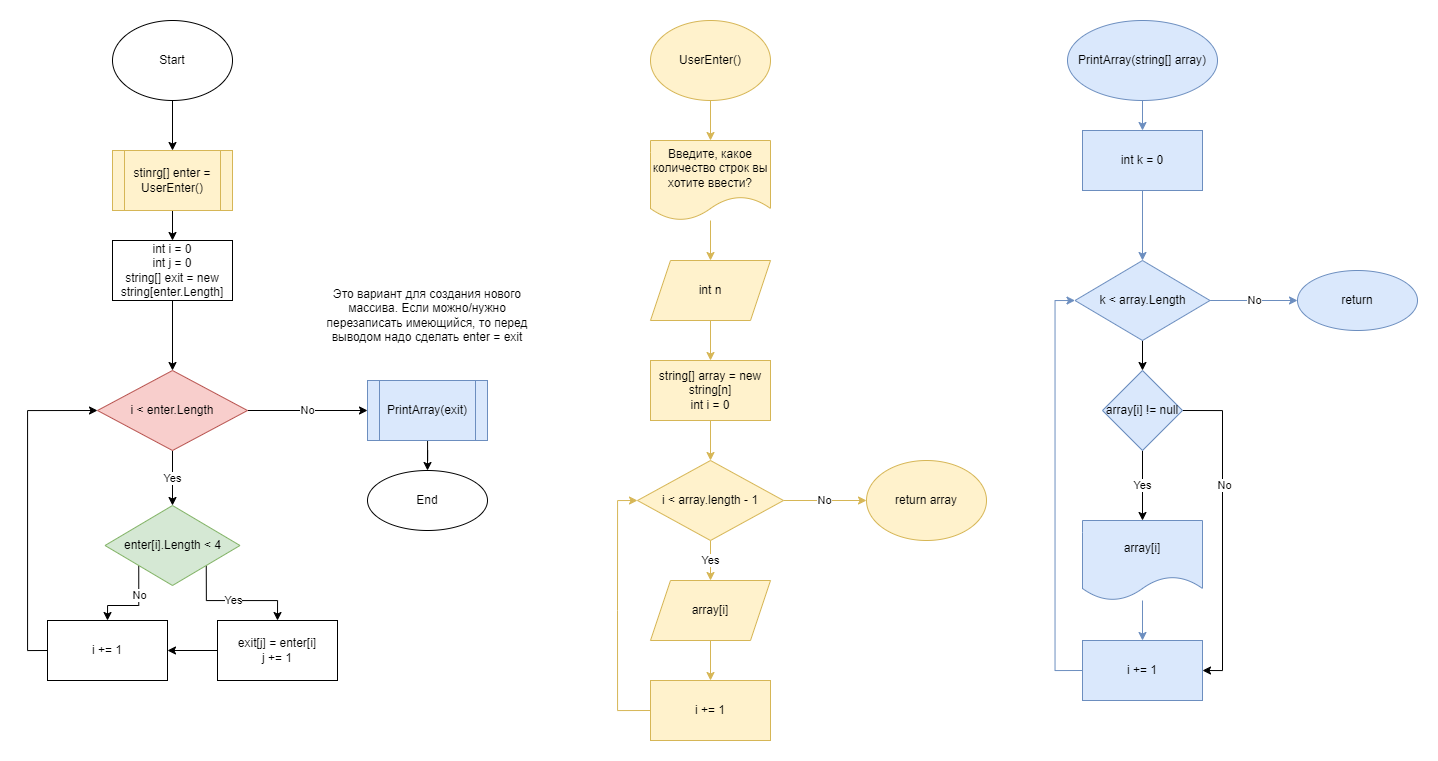
Above: testGB1(diagramm).png in letSmilesz/testGB1 (draw.io), before the change. Source tidied: cells renumbered, new cells last; positions are measured from the earlier drawing's top-left corner, leaving out a move shared by most shapes.
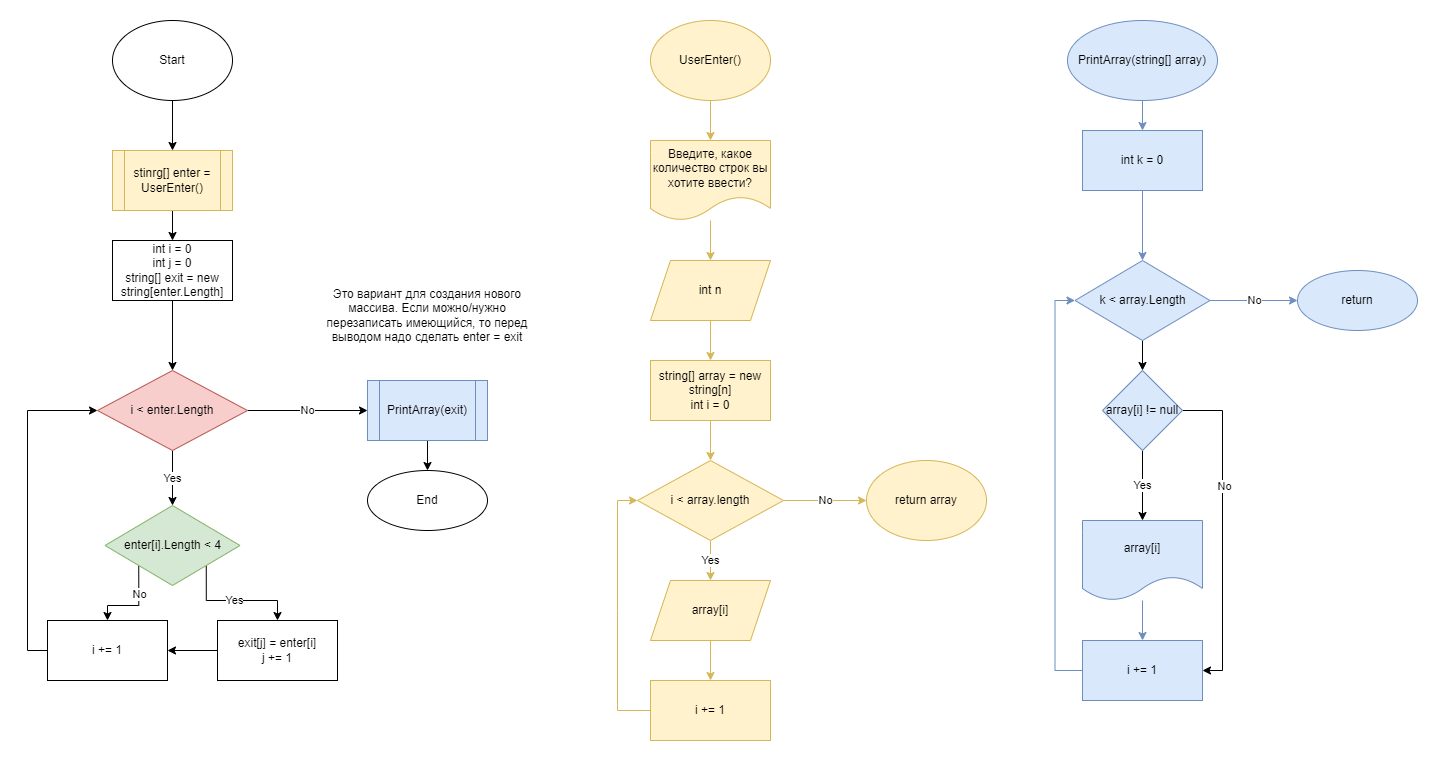
After the change.

Commit message:
fixed another error

The edit, as a diff of the source:
```diff
@@ -46,7 +46,7 @@
     <mxCell id="15" value="Yes" style="edgeStyle=orthogonalEdgeStyle;rounded=0;jettySize=auto;html=1;entryX=0.5;entryY=0;entryDx=0;entryDy=0;fillColor=#fff2cc;strokeColor=#d6b656;" parent="1" edge="1" source="16" target="54">
       <mxGeometry relative="1" as="geometry" />
     </mxCell>
-    <mxCell id="16" value="i &amp;lt; array.length - 1" style="rhombus;whiteSpace=wrap;html=1;fillColor=#fff2cc;strokeColor=#d6b656;" parent="1" vertex="1">
+    <mxCell id="16" value="i &amp;lt; array.length" style="rhombus;whiteSpace=wrap;html=1;fillColor=#fff2cc;strokeColor=#d6b656;" parent="1" vertex="1">
       <mxGeometry x="590" y="440" width="146" height="80" as="geometry" />
     </mxCell>
     <mxCell id="17" style="edgeStyle=orthogonalEdgeStyle;rounded=0;jettySize=auto;html=1;fillColor=#fff2cc;strokeColor=#d6b656;" parent="1" edge="1" source="54" target="19">
```
